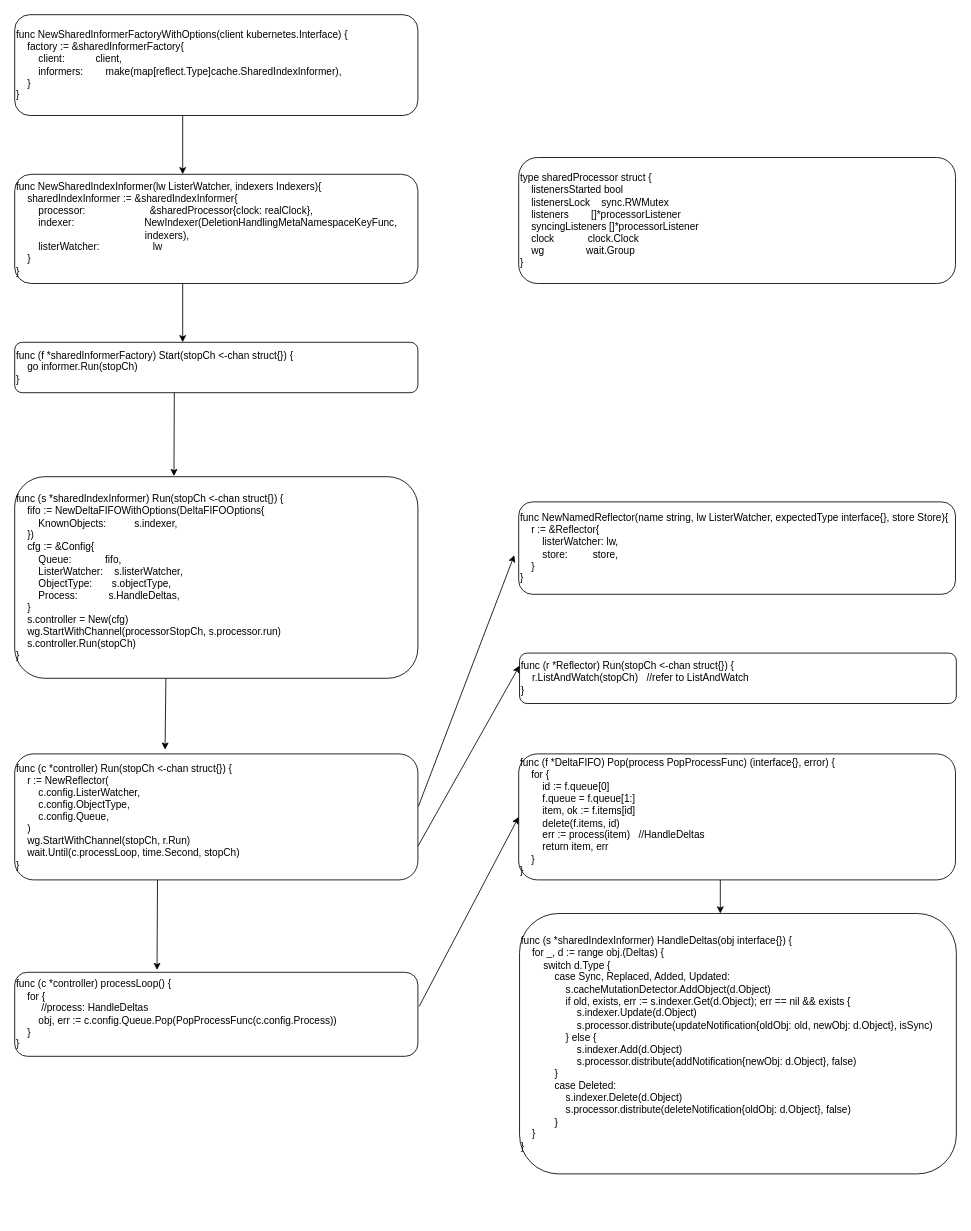
Before: kubernetes/informer.drawio in bjqhfd/draw, a draw.io diagram. Source tidied: cells renumbered, new cells numbered last; positions are measured from the earlier drawing's top-left corner, leaving out a move shared by most shapes. Both pictures are drawn from the tidied source at 84%, with x=0, y=0 at pixel (14, 14).
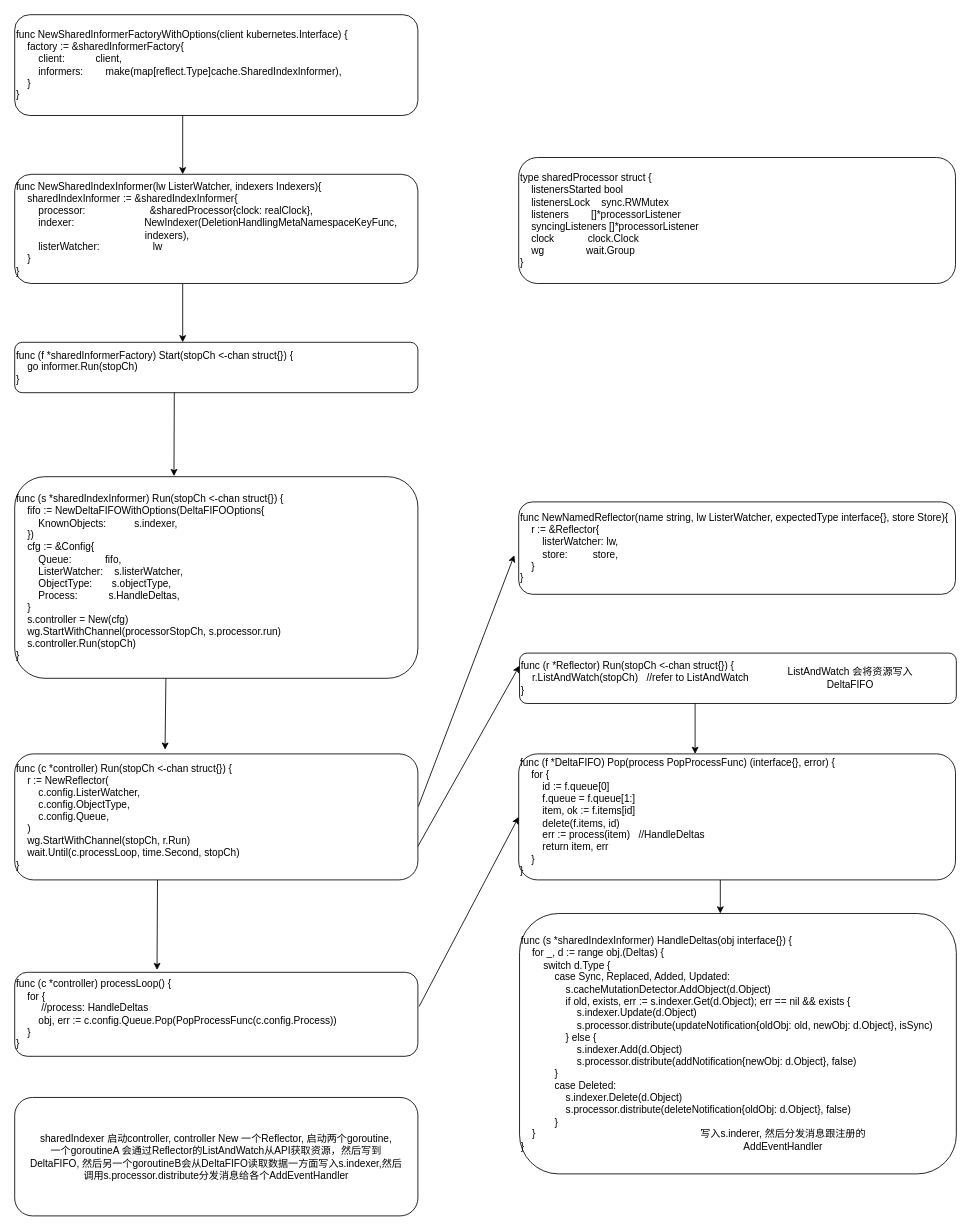
The same diagram, later.

The edit, as a diff of the source:
```diff
@@
+    <mxCell id="22" value="sharedIndexer 启动controller, controller New 一个Reflector, 启动两个goroutine, &lt;br&gt;一个goroutineA 会通过Reflector的ListAndWatch从API获取资源，然后写到&lt;br&gt;DeltaFIFO, 然后另一个goroutineB会从DeltaFIFO读取数据一方面写入s.indexer,然后&lt;br&gt;调用s.processor.distribute分发消息给各个AddEventHandler" style="rounded=1;whiteSpace=wrap;html=1;" parent="1" vertex="1">
+      <mxGeometry y="1289" width="480" height="141" as="geometry" />
+    </mxCell>
+    <mxCell id="23" style="endArrow=classic;html=1;" parent="1" edge="1">
+      <mxGeometry relative="1" as="geometry">
+        <mxPoint x="810" y="820" as="sourcePoint" />
+        <mxPoint x="810" y="880" as="targetPoint" />
+      </mxGeometry>
+    </mxCell>
+    <mxCell id="24" value="ListAndWatch 会将资源写入DeltaFIFO" style="text;html=1;strokeColor=none;fillColor=none;align=center;verticalAlign=middle;whiteSpace=wrap;rounded=0;" parent="1" vertex="1">
+      <mxGeometry x="910" y="775" width="170" height="30" as="geometry" />
+    </mxCell>
+    <mxCell id="25" value="写入s.inderer, 然后分发消息跟注册的AddEventHandler" style="text;html=1;strokeColor=none;fillColor=none;align=center;verticalAlign=middle;whiteSpace=wrap;rounded=0;" parent="1" vertex="1">
+      <mxGeometry x="810" y="1330" width="210" height="20" as="geometry" />
+    </mxCell>
```
